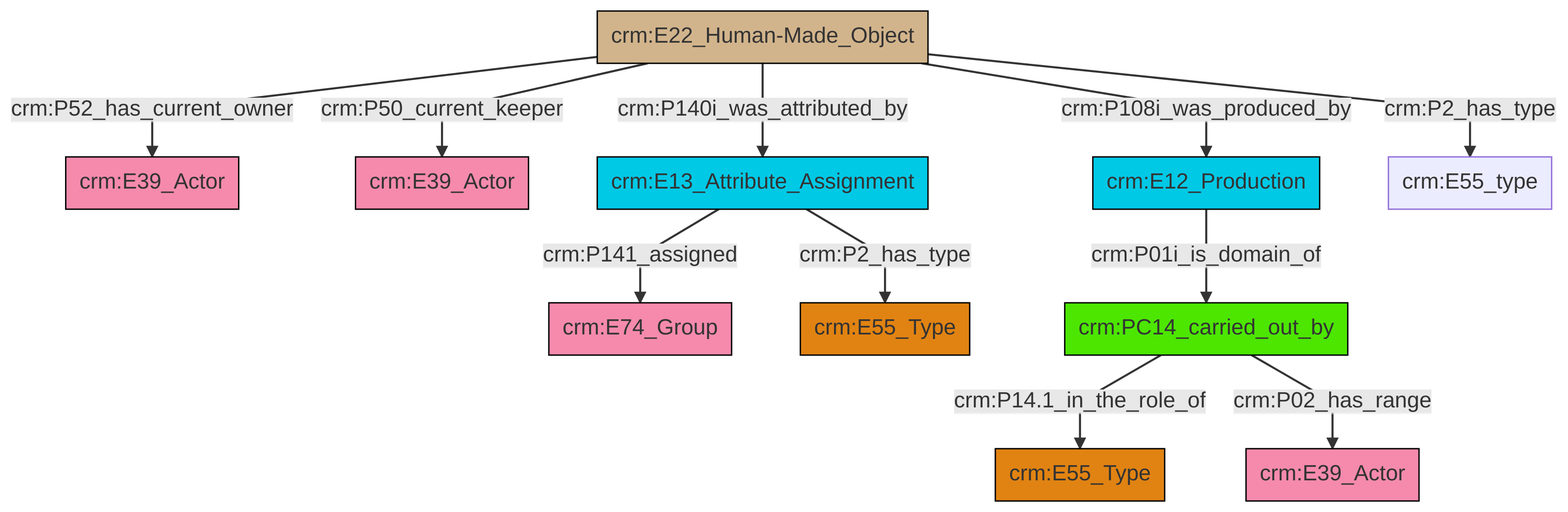
swiss-art-research-net/docs.swissartresearch keeps this Mermaid diagram as et/artworkCSV/ttl/mmd/png/Artwork_Actor_Relations.png. Above is the earlier version. Its source is kept beside it as et/artworkCSV/ttl/mmd/Artwork_Actor_Relations.ttl.mmd.
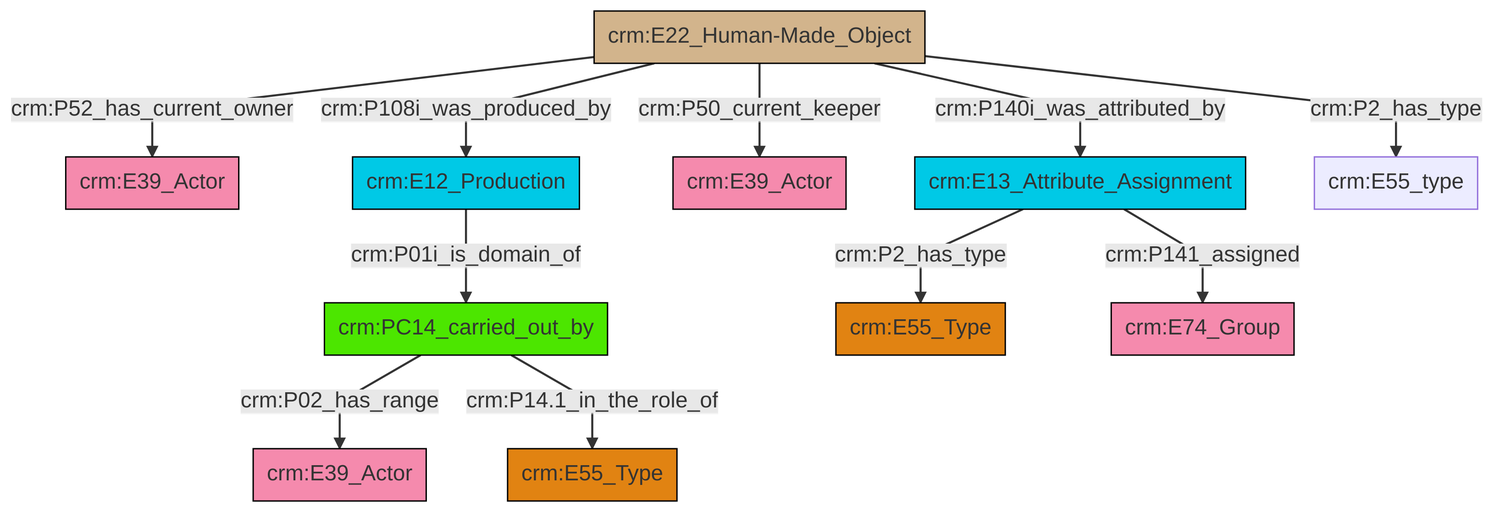
After the change.

Change to the diagram source:
```diff
@@ -13,13 +13,13 @@
 classDef PC_Classes fill:#4ce600, stroke:#000000;
 classDef Multi fill:#cccccc,stroke:#000000;
 
-0["crm:E22_Human-Made_Object"]:::Physical_Thing -->|crm:P52_has_current_owner| 1["crm:E39_Actor"]:::Actor
-6["crm:E12_Production"]:::Temporal_Entity -->|crm:P01i_is_domain_of| 7["crm:PC14_carried_out_by"]:::PC_Classes
-2["crm:E13_Attribute_Assignment"]:::Temporal_Entity -->|crm:P141_assigned| 9["crm:E74_Group"]:::Actor
-7["crm:PC14_carried_out_by"]:::PC_Classes -->|crm:P14.1_in_the_role_of| 10["crm:E55_Type"]:::Type
-0["crm:E22_Human-Made_Object"]:::Physical_Thing -->|crm:P50_current_keeper| 16["crm:E39_Actor"]:::Actor
-7["crm:PC14_carried_out_by"]:::PC_Classes -->|crm:P02_has_range| 14["crm:E39_Actor"]:::Actor
-0["crm:E22_Human-Made_Object"]:::Physical_Thing -->|crm:P140i_was_attributed_by| 2["crm:E13_Attribute_Assignment"]:::Temporal_Entity
-2["crm:E13_Attribute_Assignment"]:::Temporal_Entity -->|crm:P2_has_type| 4["crm:E55_Type"]:::Type
-0["crm:E22_Human-Made_Object"]:::Physical_Thing -->|crm:P108i_was_produced_by| 6["crm:E12_Production"]:::Temporal_Entity
-0["crm:E22_Human-Made_Object"]:::Physical_Thing -->|crm:P2_has_type| 17["crm:E55_type"]:::Default
+2["crm:E22_Human-Made_Object"]:::Physical_Thing -->|crm:P52_has_current_owner| 0["crm:E39_Actor"]:::Actor
+2["crm:E22_Human-Made_Object"]:::Physical_Thing -->|crm:P108i_was_produced_by| 8["crm:E12_Production"]:::Temporal_Entity
+9["crm:PC14_carried_out_by"]:::PC_Classes -->|crm:P02_has_range| 10["crm:E39_Actor"]:::Actor
+2["crm:E22_Human-Made_Object"]:::Physical_Thing -->|crm:P50_current_keeper| 11["crm:E39_Actor"]:::Actor
+2["crm:E22_Human-Made_Object"]:::Physical_Thing -->|crm:P140i_was_attributed_by| 12["crm:E13_Attribute_Assignment"]:::Temporal_Entity
+12["crm:E13_Attribute_Assignment"]:::Temporal_Entity -->|crm:P2_has_type| 6["crm:E55_Type"]:::Type
+2["crm:E22_Human-Made_Object"]:::Physical_Thing -->|crm:P2_has_type| 4["crm:E55_type"]:::Default
+8["crm:E12_Production"]:::Temporal_Entity -->|crm:P01i_is_domain_of| 9["crm:PC14_carried_out_by"]:::PC_Classes
+12["crm:E13_Attribute_Assignment"]:::Temporal_Entity -->|crm:P141_assigned| 17["crm:E74_Group"]:::Actor
+9["crm:PC14_carried_out_by"]:::PC_Classes -->|crm:P14.1_in_the_role_of| 14["crm:E55_Type"]:::Type
```
